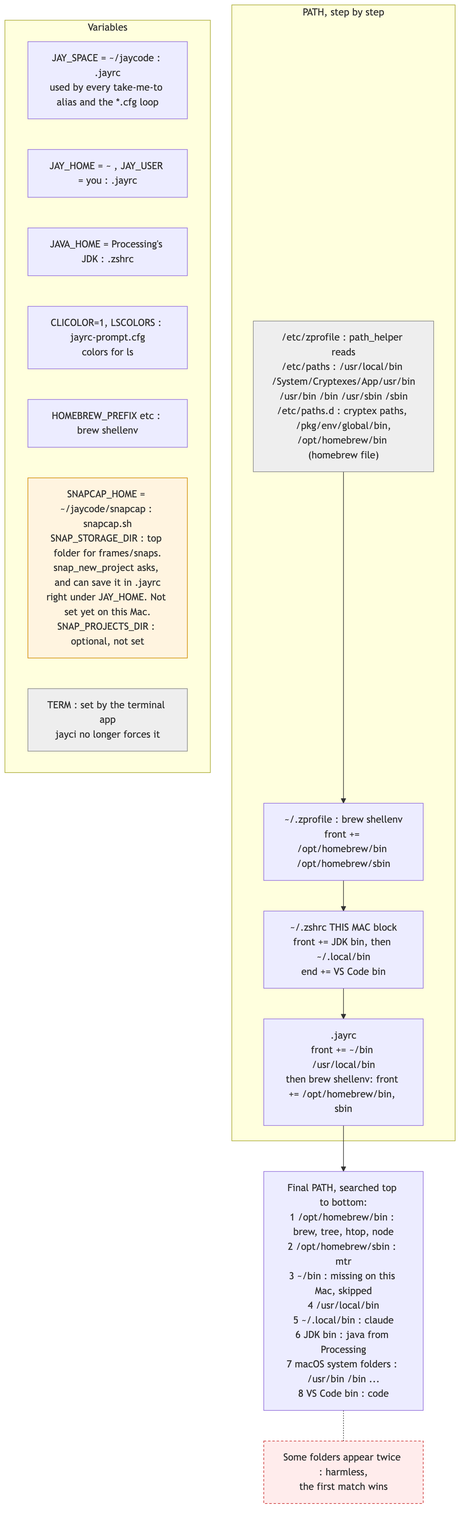
This is docs/diagrams/7-path-and-variables.png from jaycody/jayci, a Mermaid export, as it was before one commit. Its source is kept beside it as docs/diagrams/7-path-and-variables.mmd.
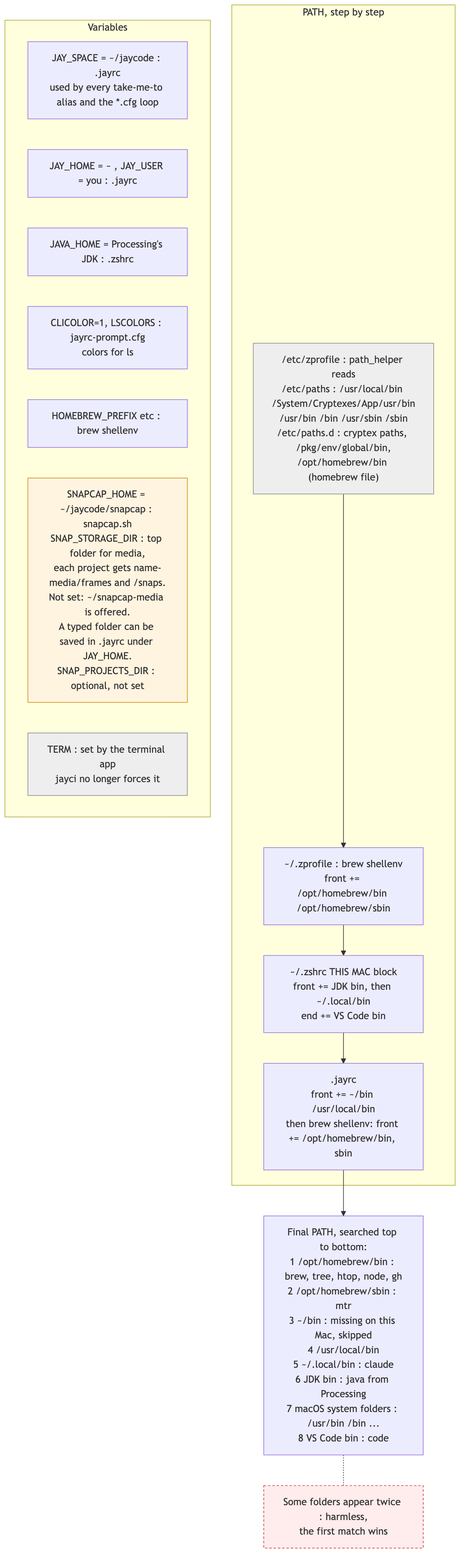
Above is the later version.

Commit message:
Diagrams: _snap_remember_storage, gh on PATH, current branch examples

The edit, as a diff of the source:
```diff
@@ -7,7 +7,7 @@
         P1 --> P2 --> P3 --> P4
     end
 
-    P4 --> FINAL["Final PATH, searched top to bottom:<br/>1 /opt/homebrew/bin : brew, tree, htop, node<br/>2 /opt/homebrew/sbin : mtr<br/>3 ~/bin : missing on this Mac, skipped<br/>4 /usr/local/bin<br/>5 ~/.local/bin : claude<br/>6 JDK bin : java from Processing<br/>7 macOS system folders : /usr/bin /bin ...<br/>8 VS Code bin : code"]
+    P4 --> FINAL["Final PATH, searched top to bottom:<br/>1 /opt/homebrew/bin : brew, tree, htop, node, gh<br/>2 /opt/homebrew/sbin : mtr<br/>3 ~/bin : missing on this Mac, skipped<br/>4 /usr/local/bin<br/>5 ~/.local/bin : claude<br/>6 JDK bin : java from Processing<br/>7 macOS system folders : /usr/bin /bin ...<br/>8 VS Code bin : code"]
     FINAL -.- Q1["Some folders appear twice : harmless,<br/>the first match wins"]
 
     subgraph VARS ["Variables"]
```
